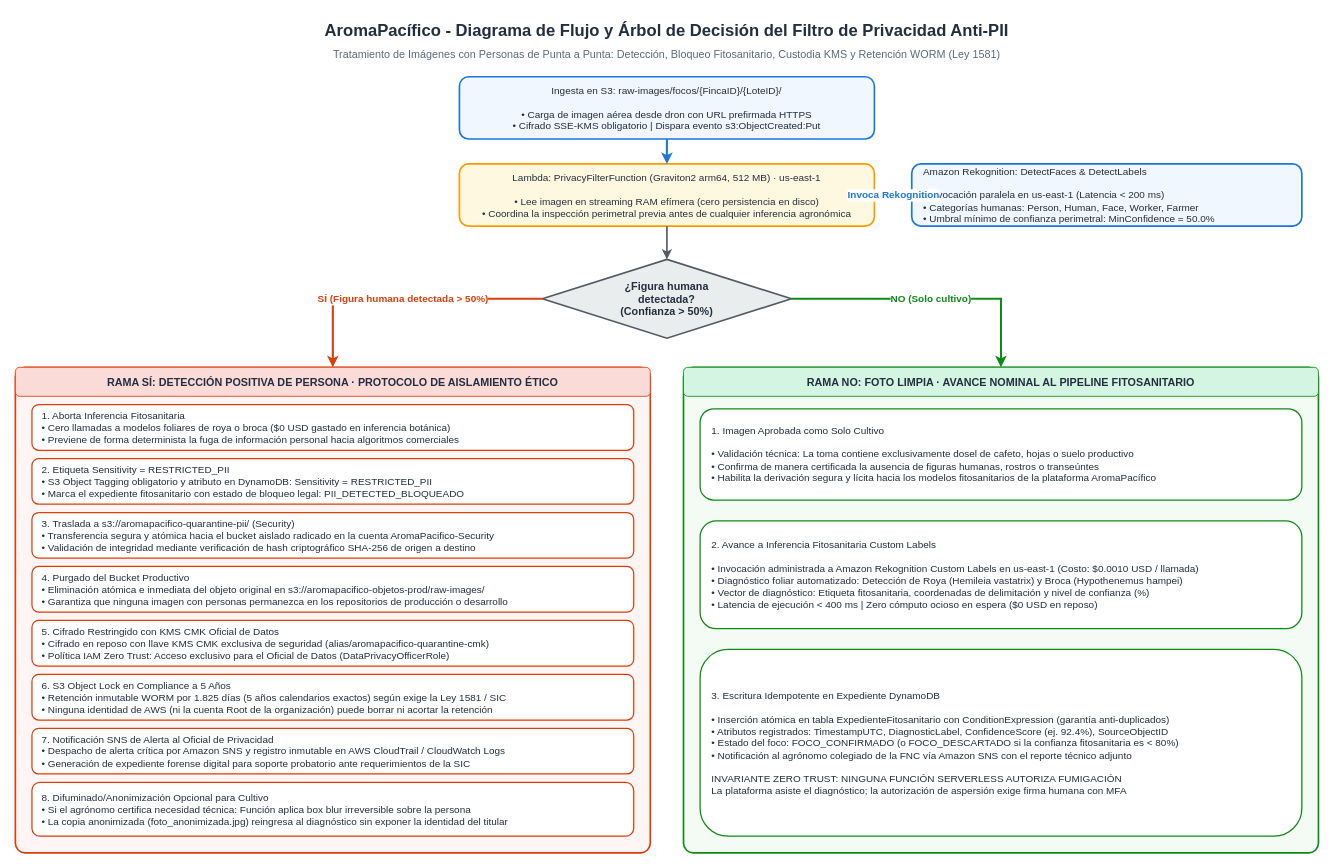
Earlier version of the draw.io diagram docs/architecture/diagrams/carga-e-inferencia-filtro-pii.drawio (aromapacifico-platform/planning). Source tidied: cells renumbered, new cells numbered last; positions are measured from the earlier drawing's top-left corner, leaving out a move shared by most shapes. Both pictures are drawn from the tidied source at 83%, with x=0, y=0 at pixel (15, 14).
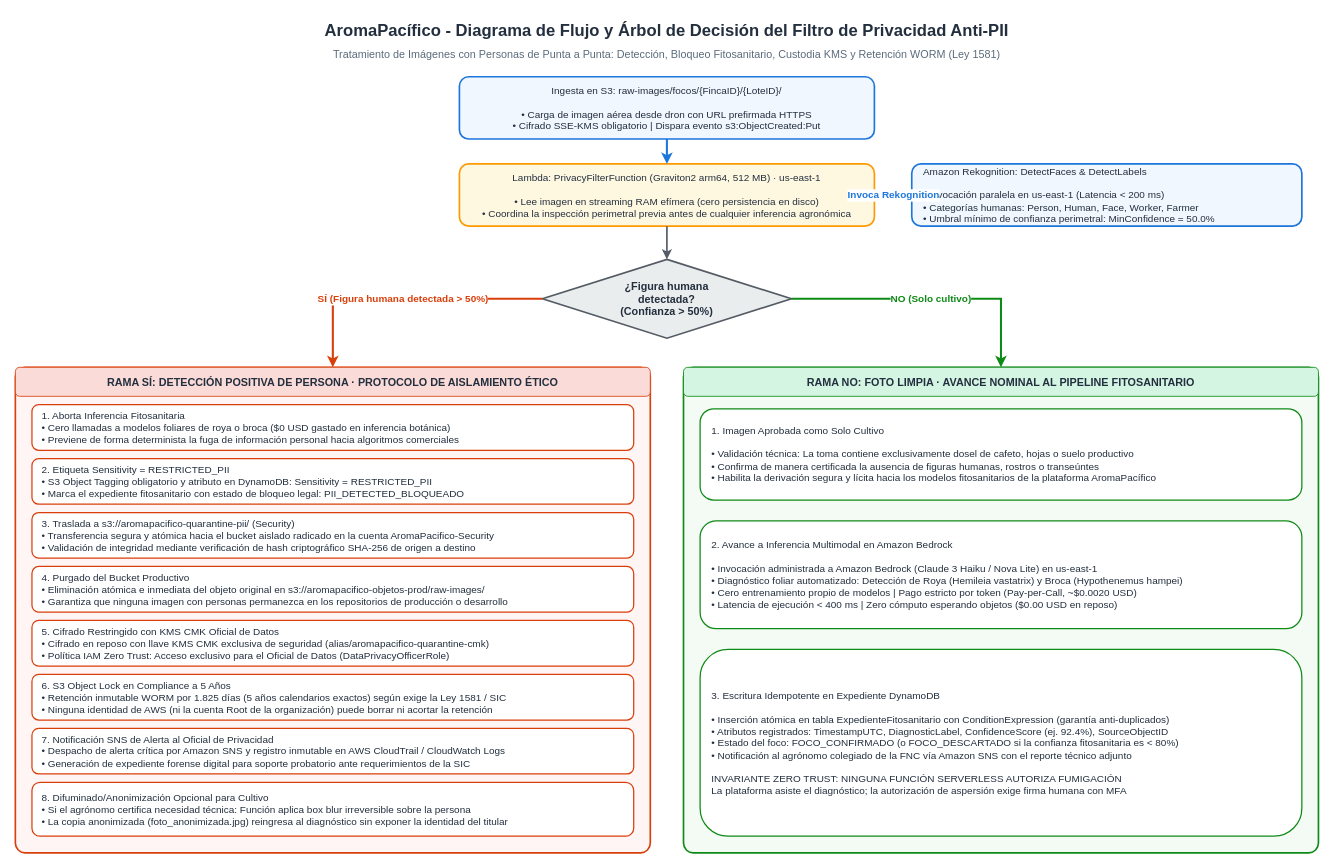
After the change.

Commit message (it also covers changes not shown here):
fix(diagrams): update finops and inference diagrams to bedrock vision

Change to the diagram source:
```diff
@@
-    <mxCell id="21" value="2. Avance a Inferencia Fitosanitaria Custom Labels&#10;&#10;• Invocación administrada a Amazon Rekognition Custom Labels en us-east-1 (Costo: $0.0010 USD / llamada)&#10;• Diagnóstico foliar automatizado: Detección de Roya (Hemileia vastatrix) y Broca (Hypothenemus hampei)&#10;• Vector de diagnóstico: Etiqueta fitosanitaria, coordenadas de delimitación y nivel de confianza (%)&#10;• Latencia de ejecución &lt; 400 ms | Zero cómputo ocioso en espera ($0 USD en reposo)" style="rounded=1;whiteSpace=wrap;html=1;fillColor=#FFFFFF;strokeColor=#0E8A16;strokeWidth=1.5;fontSize=12;fontColor=#232F3E;align=left;spacingLeft=12;" parent="1" vertex="1">
+    <mxCell id="21" value="2. Avance a Inferencia Multimodal en Amazon Bedrock&#10;&#10;• Invocación administrada a Amazon Bedrock (Claude 3 Haiku / Nova Lite) en us-east-1&#10;• Diagnóstico foliar automatizado: Detección de Roya (Hemileia vastatrix) y Broca (Hypothenemus hampei)&#10;• Cero entrenamiento propio de modelos | Pago estricto por token (Pay-per-Call, ~$0.0020 USD)&#10;• Latencia de ejecución &lt; 400 ms | Zero cómputo esperando objetos ($0.00 USD en reposo)" style="rounded=1;whiteSpace=wrap;html=1;fillColor=#FFFFFF;strokeColor=#0E8A16;strokeWidth=1.5;fontSize=12;fontColor=#232F3E;align=left;spacingLeft=12;" parent="1" vertex="1">
       <mxGeometry x="825" y="610" width="725" height="130" as="geometry" />
     </mxCell>
```
